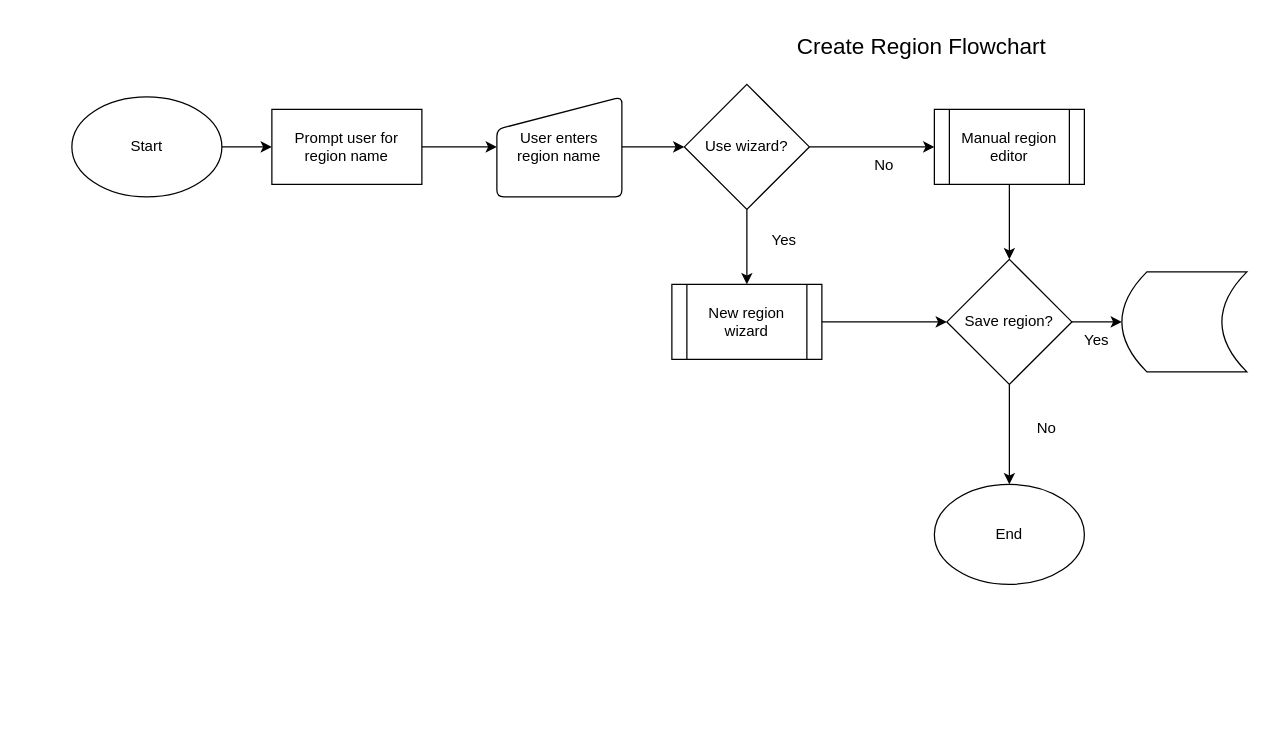
The draw.io diagram Phase2/Flowcharts/modgodToolset/ModGod/Creation/Region/project_ilmatar_phase2_flowchart_ModGodToolset_create_region_20221106A.drawio in RPG-Research/bcirpg, before the edit. Source tidied: cells renumbered, new cells numbered last; positions are measured from the earlier drawing's top-left corner, leaving out a move shared by most shapes. Both pictures are drawn from the tidied source at 125%, with x=0, y=0 at pixel (71, 34).
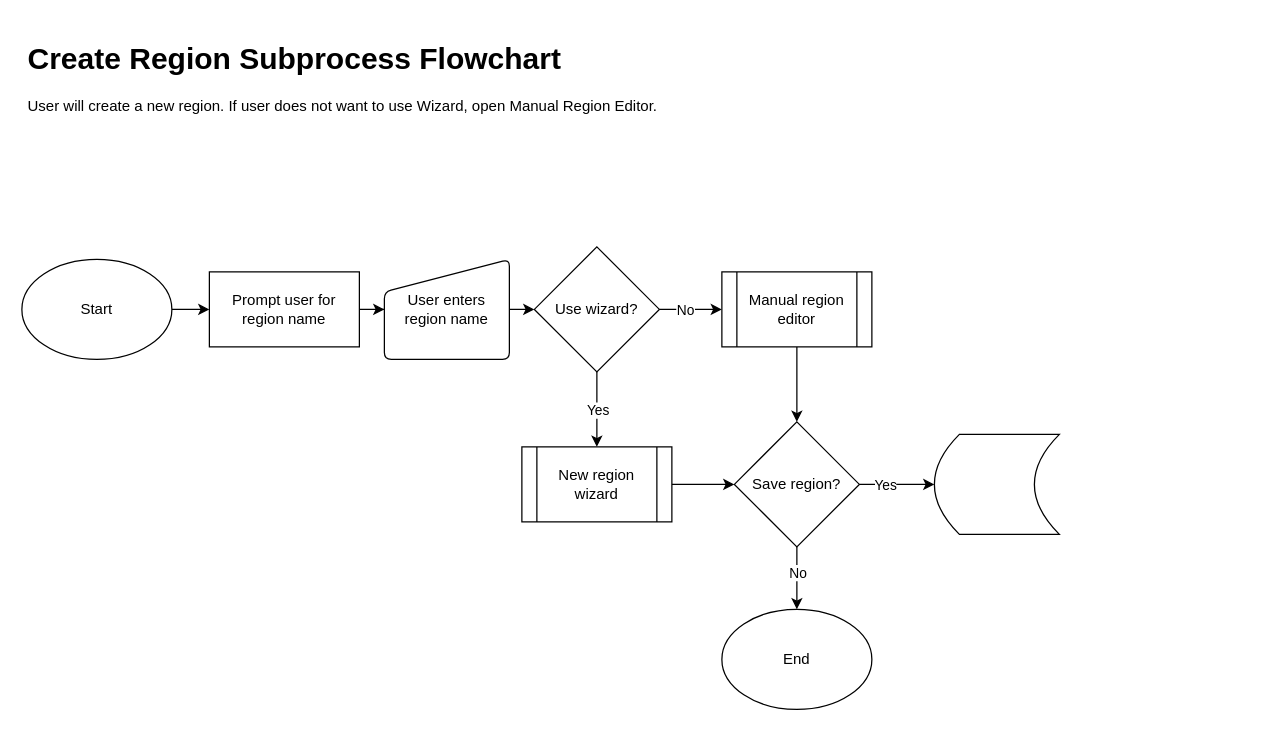
After the change.

The change refers to these unchanged cells:
```xml
<mxCell id="4" style="edgeStyle=orthogonalEdgeStyle;rounded=0;jettySize=auto;html=1;" parent="1" edge="1" source="6" target="15">
  <mxGeometry relative="1" as="geometry" />
</mxCell>
<mxCell id="5" style="edgeStyle=orthogonalEdgeStyle;rounded=0;jettySize=auto;html=1;" parent="1" edge="1" source="6" target="22">
  <mxGeometry relative="1" as="geometry" />
</mxCell>
<mxCell id="12" style="edgeStyle=orthogonalEdgeStyle;rounded=0;jettySize=auto;html=1;" parent="1" edge="1" source="14" target="11">
  <mxGeometry relative="1" as="geometry" />
</mxCell>
<mxCell id="13" style="edgeStyle=orthogonalEdgeStyle;rounded=0;jettySize=auto;html=1;exitX=1;exitY=0.5;exitDx=0;exitDy=0;entryX=0;entryY=0.5;entryDx=0;entryDy=0;" parent="1" edge="1" source="14" target="20">
  <mxGeometry relative="1" as="geometry" />
</mxCell>
```

Change to the diagram source:
```diff
@@
     <mxCell id="3" value="Start" style="ellipse;whiteSpace=wrap;html=1;" parent="1" vertex="1">
-      <mxGeometry y="50" width="120" height="80" as="geometry" />
+      <mxGeometry x="-40" y="180" width="120" height="80" as="geometry" />
     </mxCell>
@@
+    <mxCell id="25" value="Yes" style="edgeLabel;html=1;align=center;verticalAlign=middle;" parent="4" vertex="1">
+      <mxGeometry x="0.3" y="-1" relative="1" as="geometry">
+        <mxPoint x="-19" y="-1" as="offset" />
+      </mxGeometry>
+    </mxCell>
@@
+    <mxCell id="26" value="No" style="edgeLabel;html=1;align=center;verticalAlign=middle;" parent="5" vertex="1">
+      <mxGeometry x="-0.8" y="-1" relative="1" as="geometry">
+        <mxPoint x="1" y="15" as="offset" />
+      </mxGeometry>
+    </mxCell>
     <mxCell id="6" value="Save region?" style="rhombus;whiteSpace=wrap;html=1;" parent="1" vertex="1">
-      <mxGeometry x="700" y="180" width="100" height="100" as="geometry" />
+      <mxGeometry x="530" y="310" width="100" height="100" as="geometry" />
     </mxCell>
@@
     <mxCell id="8" value="Prompt user for region name" style="rounded=0;whiteSpace=wrap;html=1;" parent="1" vertex="1">
-      <mxGeometry x="160" y="60" width="120" height="60" as="geometry" />
+      <mxGeometry x="110" y="190" width="120" height="60" as="geometry" />
     </mxCell>
-    <mxCell id="9" value="&lt;font style=&quot;font-size: 18px&quot;&gt;Create Region Flowchart&lt;/font&gt;" style="text;html=1;strokeColor=none;fillColor=none;align=center;verticalAlign=middle;whiteSpace=wrap;rounded=0;" parent="1" vertex="1">
-      <mxGeometry x="560" width="240" height="20" as="geometry" />
-    </mxCell>
@@
     <mxCell id="11" value="New region wizard" style="shape=process;whiteSpace=wrap;html=1;backgroundOutline=1;" parent="1" vertex="1">
-      <mxGeometry x="480" y="200" width="120" height="60" as="geometry" />
+      <mxGeometry x="360" y="330" width="120" height="60" as="geometry" />
     </mxCell>
@@
+    <mxCell id="27" value="Yes" style="edgeLabel;html=1;align=center;verticalAlign=middle;" parent="12" vertex="1">
+      <mxGeometry x="-0.77" y="-1" relative="1" as="geometry">
+        <mxPoint x="1" y="23" as="offset" />
+      </mxGeometry>
+    </mxCell>
@@
+    <mxCell id="28" value="No" style="edgeLabel;html=1;align=center;verticalAlign=middle;" parent="13" vertex="1">
+      <mxGeometry x="-0.59" relative="1" as="geometry">
+        <mxPoint x="10" as="offset" />
+      </mxGeometry>
+    </mxCell>
     <mxCell id="14" value="Use wizard?" style="rhombus;whiteSpace=wrap;html=1;" parent="1" vertex="1">
-      <mxGeometry x="490" y="40" width="100" height="100" as="geometry" />
+      <mxGeometry x="370" y="170" width="100" height="100" as="geometry" />
     </mxCell>
     <mxCell id="15" style="shape=dataStorage;whiteSpace=wrap;html=1;fixedSize=1;" parent="1" vertex="1">
-      <mxGeometry x="840" y="190" width="100" height="80" as="geometry" />
+      <mxGeometry x="690" y="320" width="100" height="80" as="geometry" />
     </mxCell>
@@
     <mxCell id="17" value="User enters region name" style="html=1;strokeWidth=1;shape=manualInput;whiteSpace=wrap;rounded=1;size=26;arcSize=11;" parent="1" vertex="1">
-      <mxGeometry x="340" y="50" width="100" height="80" as="geometry" />
+      <mxGeometry x="250" y="180" width="100" height="80" as="geometry" />
     </mxCell>
-    <mxCell id="18" value="Yes" style="text;html=1;strokeColor=none;fillColor=none;align=center;verticalAlign=middle;whiteSpace=wrap;rounded=0;" parent="1" vertex="1">
-      <mxGeometry x="540" y="150" width="60" height="30" as="geometry" />
-    </mxCell>
@@
     <mxCell id="20" value="Manual region editor" style="shape=process;whiteSpace=wrap;html=1;backgroundOutline=1;" parent="1" vertex="1">
-      <mxGeometry x="690" y="60" width="120" height="60" as="geometry" />
+      <mxGeometry x="520" y="190" width="120" height="60" as="geometry" />
     </mxCell>
-    <mxCell id="21" value="No" style="text;html=1;strokeColor=none;fillColor=none;align=center;verticalAlign=middle;whiteSpace=wrap;rounded=0;" parent="1" vertex="1">
-      <mxGeometry x="620" y="90" width="60" height="30" as="geometry" />
-    </mxCell>
     <mxCell id="22" value="End" style="ellipse;whiteSpace=wrap;html=1;" parent="1" vertex="1">
-      <mxGeometry x="690" y="360" width="120" height="80" as="geometry" />
+      <mxGeometry x="520" y="460" width="120" height="80" as="geometry" />
     </mxCell>
-    <mxCell id="23" value="Yes" style="text;html=1;strokeColor=none;fillColor=none;align=center;verticalAlign=middle;whiteSpace=wrap;rounded=0;" parent="1" vertex="1">
-      <mxGeometry x="790" y="230" width="60" height="30" as="geometry" />
-    </mxCell>
-    <mxCell id="24" value="No" style="text;html=1;strokeColor=none;fillColor=none;align=center;verticalAlign=middle;whiteSpace=wrap;rounded=0;" parent="1" vertex="1">
-      <mxGeometry x="750" y="300" width="60" height="30" as="geometry" />
-    </mxCell>
+    <mxCell id="29" value="&lt;h1&gt;Create Region Subprocess Flowchart&lt;/h1&gt;&lt;p&gt;User will create a new region. If user does not want to use Wizard, open Manual Region Editor.&lt;/p&gt;" style="text;html=1;strokeColor=none;fillColor=none;spacing=5;spacingTop=-20;whiteSpace=wrap;overflow=hidden;rounded=0;" parent="1" vertex="1">
+      <mxGeometry x="-40" width="830" height="120" as="geometry" />
+    </mxCell>
```
